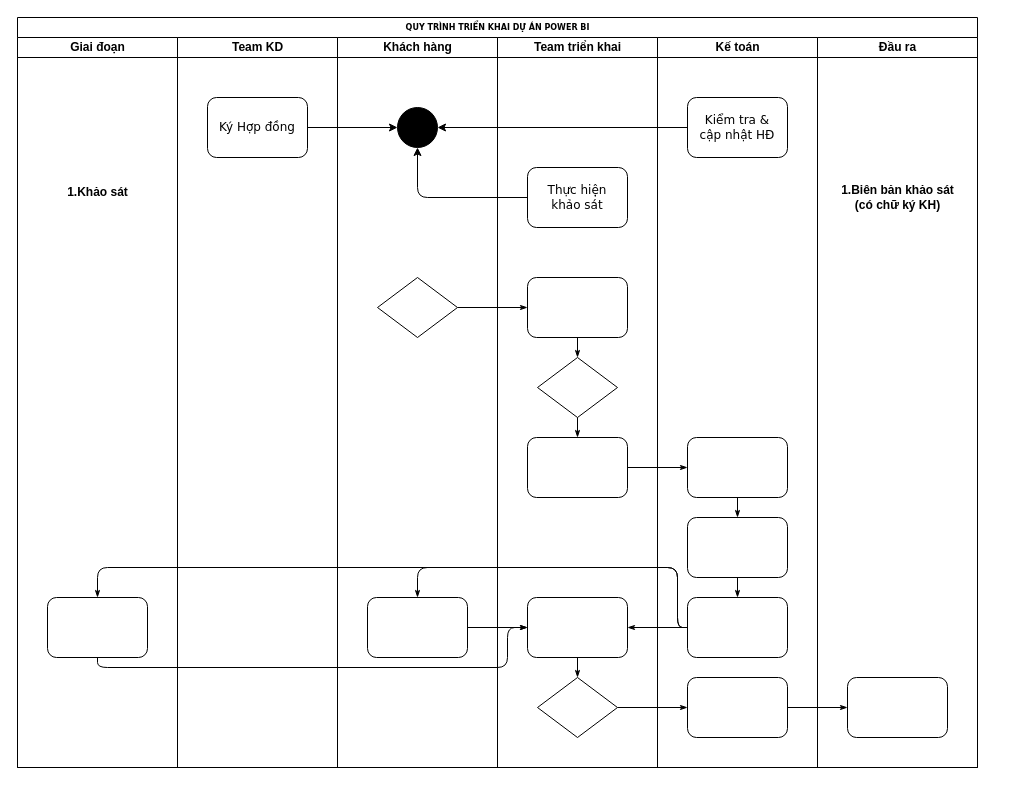
Earlier version of the draw.io diagram docs/Quy trình triển khai dự án BI.drawio (hoanglong8/FoxAI-Data-Analyst). Source tidied: cells renumbered, new cells numbered last; positions are measured from the earlier drawing's top-left corner, leaving out a move shared by most shapes. Both pictures are drawn from the tidied source at 100%, with x=0, y=0 at pixel (17, 17).
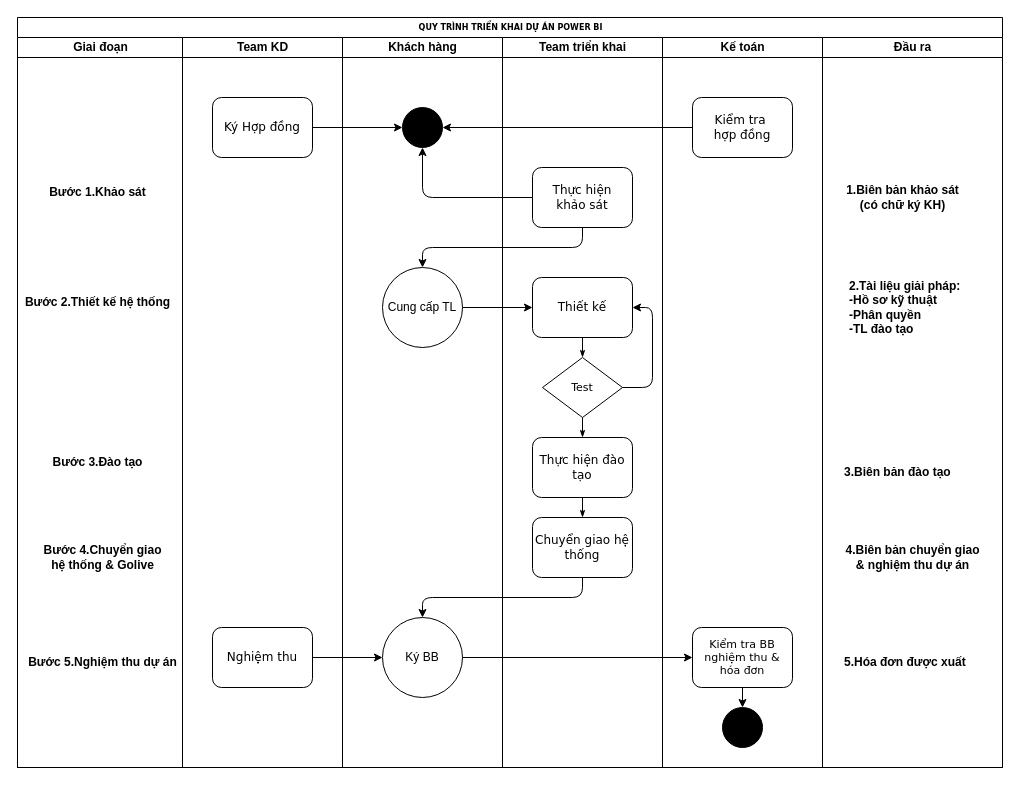
The same diagram, later.

Commit message:
Cập nhật Quy trình triển khai dự án BI.drawio

Unchanged cells that the change refers to:
```xml
<mxCell id="30" value="&lt;font style=&quot;font-size: 12px;&quot;&gt;Thực hiện &lt;br&gt;khảo sát&lt;/font&gt;" style="rounded=1;whiteSpace=wrap;html=1;shadow=0;labelBackgroundColor=none;strokeWidth=1;fontFamily=Verdana;fontSize=8;align=center;" parent="21" vertex="1">
  <mxGeometry x="30" y="130" width="100" height="60" as="geometry" />
</mxCell>
```

Diff of the diagram source:
```diff
@@
     <mxCell id="2" value="QUY TRÌNH TRIỂN KHAI DỰ ÁN POWER BI" style="swimlane;html=1;startSize=20;rounded=0;shadow=0;labelBackgroundColor=none;strokeWidth=1;fontFamily=Verdana;fontSize=8;align=center;" parent="1" vertex="1">
-      <mxGeometry width="960" height="750" as="geometry" />
+      <mxGeometry width="985" height="750" as="geometry" />
     </mxCell>
     <mxCell id="3" value="Giai đoạn" style="swimlane;html=1;startSize=20;" parent="2" vertex="1">
-      <mxGeometry y="20" width="160" height="730" as="geometry" />
+      <mxGeometry y="20" width="165" height="730" as="geometry" />
     </mxCell>
-    <mxCell id="4" style="rounded=1;whiteSpace=wrap;html=1;shadow=0;labelBackgroundColor=none;strokeWidth=1;fontFamily=Verdana;fontSize=8;align=center;" parent="3" vertex="1">
-      <mxGeometry x="30" y="560" width="100" height="60" as="geometry" />
-    </mxCell>
-    <mxCell id="5" value="1.Khảo sát" style="text;html=1;align=center;verticalAlign=middle;strokeColor=none;fillColor=none;fontStyle=1;" parent="3" vertex="1">
-      <mxGeometry x="40" y="140" width="80" height="30" as="geometry" />
+    <mxCell id="5" value="Bước 1.Khảo sát" style="text;html=1;align=center;verticalAlign=middle;strokeColor=none;fillColor=none;fontStyle=1;" parent="3" vertex="1">
+      <mxGeometry x="25" y="140" width="110" height="30" as="geometry" />
     </mxCell>
-    <mxCell id="6" style="edgeStyle=orthogonalEdgeStyle;rounded=1;html=1;labelBackgroundColor=none;startArrow=none;startFill=0;startSize=5;endArrow=classicThin;endFill=1;endSize=5;jettySize=auto;strokeWidth=1;fontFamily=Verdana;fontSize=8;" parent="2" edge="1" source="18" target="22">
-      <mxGeometry relative="1" as="geometry" />
-    </mxCell>
-    <mxCell id="7" style="edgeStyle=orthogonalEdgeStyle;rounded=1;html=1;labelBackgroundColor=none;startArrow=none;startFill=0;startSize=5;endArrow=classicThin;endFill=1;endSize=5;jettySize=auto;strokeWidth=1;fontFamily=Verdana;fontSize=8;" parent="2" edge="1" source="26" target="35">
-      <mxGeometry relative="1" as="geometry" />
-    </mxCell>
-    <mxCell id="8" style="edgeStyle=orthogonalEdgeStyle;rounded=1;html=1;labelBackgroundColor=none;startArrow=none;startFill=0;startSize=5;endArrow=classicThin;endFill=1;endSize=5;jettySize=auto;strokeWidth=1;fontFamily=Verdana;fontSize=8;" parent="2" edge="1" source="35" target="40">
-      <mxGeometry relative="1" as="geometry" />
-    </mxCell>
-    <mxCell id="9" style="edgeStyle=orthogonalEdgeStyle;rounded=1;html=1;labelBackgroundColor=none;startArrow=none;startFill=0;startSize=5;endArrow=classicThin;endFill=1;endSize=5;jettySize=auto;strokeWidth=1;fontFamily=Verdana;fontSize=8;" parent="2" edge="1" source="24" target="32">
-      <mxGeometry relative="1" as="geometry" />
-    </mxCell>
-    <mxCell id="10" style="edgeStyle=orthogonalEdgeStyle;rounded=1;html=1;labelBackgroundColor=none;startArrow=none;startFill=0;startSize=5;endArrow=classicThin;endFill=1;endSize=5;jettySize=auto;strokeWidth=1;fontFamily=Verdana;fontSize=8;" parent="2" edge="1" source="34" target="19">
-      <mxGeometry relative="1" as="geometry">
-        <Array as="points">
-          <mxPoint x="660" y="610" />
-          <mxPoint x="660" y="550" />
-          <mxPoint x="400" y="550" />
-        </Array>
-      </mxGeometry>
-    </mxCell>
-    <mxCell id="11" style="edgeStyle=orthogonalEdgeStyle;rounded=1;html=1;labelBackgroundColor=none;startArrow=none;startFill=0;startSize=5;endArrow=classicThin;endFill=1;endSize=5;jettySize=auto;strokeColor=#000000;strokeWidth=1;fontFamily=Verdana;fontSize=8;fontColor=#000000;" parent="2" edge="1" source="34" target="25">
-      <mxGeometry relative="1" as="geometry" />
-    </mxCell>
-    <mxCell id="12" style="edgeStyle=orthogonalEdgeStyle;rounded=1;html=1;labelBackgroundColor=none;startArrow=none;startFill=0;startSize=5;endArrow=classicThin;endFill=1;endSize=5;jettySize=auto;strokeWidth=1;fontFamily=Verdana;fontSize=8;" parent="2" edge="1" source="34" target="4">
-      <mxGeometry relative="1" as="geometry">
-        <Array as="points">
-          <mxPoint x="660" y="610" />
-          <mxPoint x="660" y="550" />
-          <mxPoint x="80" y="550" />
-        </Array>
-      </mxGeometry>
-    </mxCell>
-    <mxCell id="13" style="edgeStyle=orthogonalEdgeStyle;rounded=1;html=1;labelBackgroundColor=none;startArrow=none;startFill=0;startSize=5;endArrow=classicThin;endFill=1;endSize=5;jettySize=auto;strokeWidth=1;fontFamily=Verdana;fontSize=8;" parent="2" edge="1" source="4" target="25">
-      <mxGeometry relative="1" as="geometry">
-        <Array as="points">
-          <mxPoint x="80" y="650" />
-          <mxPoint x="490" y="650" />
-          <mxPoint x="490" y="610" />
-        </Array>
-      </mxGeometry>
-    </mxCell>
-    <mxCell id="14" style="edgeStyle=orthogonalEdgeStyle;rounded=1;html=1;labelBackgroundColor=none;startArrow=none;startFill=0;startSize=5;endArrow=classicThin;endFill=1;endSize=5;jettySize=auto;strokeWidth=1;fontFamily=Verdana;fontSize=8;" parent="2" edge="1" source="19" target="25">
-      <mxGeometry relative="1" as="geometry" />
-    </mxCell>
+    <mxCell id="45" value="Bước 2.Thiết kế hệ thống" style="text;html=1;align=center;verticalAlign=middle;strokeColor=none;fillColor=none;fontStyle=1;" parent="3" vertex="1">
+      <mxGeometry y="250" width="160" height="30" as="geometry" />
+    </mxCell>
+    <mxCell id="46" value="Bước 3.Đào tạo" style="text;html=1;align=center;verticalAlign=middle;strokeColor=none;fillColor=none;fontStyle=1;" parent="3" vertex="1">
+      <mxGeometry x="25" y="410" width="110" height="30" as="geometry" />
+    </mxCell>
+    <mxCell id="47" value="Bước 4.Chuyển giao &lt;br&gt;hệ thống &amp;amp; Golive" style="text;html=1;align=center;verticalAlign=middle;strokeColor=none;fillColor=none;fontStyle=1;" parent="3" vertex="1">
+      <mxGeometry x="20" y="500" width="130" height="40" as="geometry" />
+    </mxCell>
+    <mxCell id="48" value="Bước 5.Nghiệm thu dự án" style="text;html=1;align=center;verticalAlign=middle;strokeColor=none;fillColor=none;fontStyle=1;" parent="3" vertex="1">
+      <mxGeometry x="5" y="610" width="160" height="30" as="geometry" />
+    </mxCell>
     <mxCell id="15" value="Team KD" style="swimlane;html=1;startSize=20;" parent="2" vertex="1">
-      <mxGeometry x="160" y="20" width="160" height="730" as="geometry" />
+      <mxGeometry x="165" y="20" width="160" height="730" as="geometry" />
     </mxCell>
@@
+    <mxCell id="49" value="&lt;font style=&quot;font-size: 12px;&quot;&gt;Nghiệm thu&lt;/font&gt;" style="rounded=1;whiteSpace=wrap;html=1;shadow=0;labelBackgroundColor=none;strokeWidth=1;fontFamily=Verdana;fontSize=8;align=center;" parent="15" vertex="1">
+      <mxGeometry x="30" y="590" width="100" height="60" as="geometry" />
+    </mxCell>
     <mxCell id="17" value="Khách hàng" style="swimlane;html=1;startSize=20;" parent="2" vertex="1">
-      <mxGeometry x="320" y="20" width="160" height="730" as="geometry" />
+      <mxGeometry x="325" y="20" width="160" height="730" as="geometry" />
     </mxCell>
-    <mxCell id="18" style="rhombus;whiteSpace=wrap;html=1;rounded=0;shadow=0;labelBackgroundColor=none;strokeWidth=1;fontFamily=Verdana;fontSize=8;align=center;" parent="17" vertex="1">
-      <mxGeometry x="40" y="240" width="80" height="60" as="geometry" />
-    </mxCell>
-    <mxCell id="19" style="rounded=1;whiteSpace=wrap;html=1;shadow=0;labelBackgroundColor=none;strokeWidth=1;fontFamily=Verdana;fontSize=8;align=center;" parent="17" vertex="1">
-      <mxGeometry x="30" y="560" width="100" height="60" as="geometry" />
-    </mxCell>
@@
+    <mxCell id="50" value="Cung cấp TL" style="ellipse;whiteSpace=wrap;html=1;" parent="17" vertex="1">
+      <mxGeometry x="40" y="230" width="80" height="80" as="geometry" />
+    </mxCell>
+    <mxCell id="51" value="Ký BB" style="ellipse;whiteSpace=wrap;html=1;" parent="17" vertex="1">
+      <mxGeometry x="40" y="580" width="80" height="80" as="geometry" />
+    </mxCell>
     <mxCell id="21" value="Team triển khai" style="swimlane;html=1;startSize=20;" parent="2" vertex="1">
-      <mxGeometry x="480" y="20" width="160" height="730" as="geometry" />
+      <mxGeometry x="485" y="20" width="160" height="730" as="geometry" />
     </mxCell>
-    <mxCell id="22" style="rounded=1;whiteSpace=wrap;html=1;shadow=0;labelBackgroundColor=none;strokeWidth=1;fontFamily=Verdana;fontSize=8;align=center;" parent="21" vertex="1">
+    <mxCell id="22" value="&lt;font style=&quot;font-size: 12px;&quot;&gt;Thiết kế&lt;/font&gt;" style="rounded=1;whiteSpace=wrap;html=1;shadow=0;labelBackgroundColor=none;strokeWidth=1;fontFamily=Verdana;fontSize=8;align=center;" parent="21" vertex="1">
       <mxGeometry x="30" y="240" width="100" height="60" as="geometry" />
     </mxCell>
+    <mxCell id="52" style="edgeStyle=orthogonalEdgeStyle;rounded=1;jettySize=auto;html=1;exitX=1;exitY=0.5;exitDx=0;exitDy=0;entryX=1;entryY=0.5;entryDx=0;entryDy=0;curved=0;" parent="21" edge="1" source="23" target="22">
+      <mxGeometry relative="1" as="geometry">
+        <Array as="points">
+          <mxPoint x="150" y="350" />
+          <mxPoint x="150" y="270" />
+        </Array>
+      </mxGeometry>
+    </mxCell>
-    <mxCell id="23" style="rhombus;whiteSpace=wrap;html=1;rounded=0;shadow=0;labelBackgroundColor=none;strokeWidth=1;fontFamily=Verdana;fontSize=8;align=center;" parent="21" vertex="1">
+    <mxCell id="23" value="&lt;font style=&quot;font-size: 11px;&quot;&gt;Test&lt;/font&gt;" style="rhombus;whiteSpace=wrap;html=1;rounded=0;shadow=0;labelBackgroundColor=none;strokeWidth=1;fontFamily=Verdana;fontSize=8;align=center;" parent="21" vertex="1">
       <mxGeometry x="40" y="320" width="80" height="60" as="geometry" />
     </mxCell>
-    <mxCell id="24" style="rounded=1;whiteSpace=wrap;html=1;shadow=0;labelBackgroundColor=none;strokeWidth=1;fontFamily=Verdana;fontSize=8;align=center;" parent="21" vertex="1">
+    <mxCell id="24" value="&lt;font style=&quot;font-size: 12px;&quot;&gt;Thực hiện đào tạo&lt;/font&gt;" style="rounded=1;whiteSpace=wrap;html=1;shadow=0;labelBackgroundColor=none;strokeWidth=1;fontFamily=Verdana;fontSize=8;align=center;" parent="21" vertex="1">
       <mxGeometry x="30" y="400" width="100" height="60" as="geometry" />
     </mxCell>
-    <mxCell id="25" style="rounded=1;whiteSpace=wrap;html=1;shadow=0;labelBackgroundColor=none;strokeWidth=1;fontFamily=Verdana;fontSize=8;align=center;" parent="21" vertex="1">
-      <mxGeometry x="30" y="560" width="100" height="60" as="geometry" />
-    </mxCell>
-    <mxCell id="26" style="rhombus;whiteSpace=wrap;html=1;rounded=0;shadow=0;labelBackgroundColor=none;strokeWidth=1;fontFamily=Verdana;fontSize=8;align=center;" parent="21" vertex="1">
-      <mxGeometry x="40" y="640" width="80" height="60" as="geometry" />
-    </mxCell>
@@
-    <mxCell id="29" style="edgeStyle=orthogonalEdgeStyle;rounded=1;html=1;labelBackgroundColor=none;startArrow=none;startFill=0;startSize=5;endArrow=classicThin;endFill=1;endSize=5;jettySize=auto;strokeWidth=1;fontFamily=Verdana;fontSize=8;" parent="21" edge="1" source="25" target="26">
-      <mxGeometry relative="1" as="geometry" />
-    </mxCell>
@@
+    <mxCell id="32" value="&lt;font style=&quot;font-size: 12px;&quot;&gt;Chuyển giao hệ thống&lt;/font&gt;" style="rounded=1;whiteSpace=wrap;html=1;shadow=0;labelBackgroundColor=none;strokeWidth=1;fontFamily=Verdana;fontSize=8;align=center;" parent="21" vertex="1">
+      <mxGeometry x="30" y="480" width="100" height="60" as="geometry" />
+    </mxCell>
+    <mxCell id="9" style="edgeStyle=orthogonalEdgeStyle;rounded=1;html=1;labelBackgroundColor=none;startArrow=none;startFill=0;startSize=5;endArrow=classicThin;endFill=1;endSize=5;jettySize=auto;strokeWidth=1;fontFamily=Verdana;fontSize=8;" parent="21" edge="1" source="24" target="32">
+      <mxGeometry relative="1" as="geometry" />
+    </mxCell>
     <mxCell id="31" value="Kế toán" style="swimlane;html=1;startSize=20;" parent="2" vertex="1">
-      <mxGeometry x="640" y="20" width="160" height="730" as="geometry" />
+      <mxGeometry x="645" y="20" width="160" height="730" as="geometry" />
     </mxCell>
-    <mxCell id="32" style="rounded=1;whiteSpace=wrap;html=1;shadow=0;labelBackgroundColor=none;strokeWidth=1;fontFamily=Verdana;fontSize=8;align=center;" parent="31" vertex="1">
-      <mxGeometry x="30" y="400" width="100" height="60" as="geometry" />
-    </mxCell>
-    <mxCell id="33" style="rounded=1;whiteSpace=wrap;html=1;shadow=0;labelBackgroundColor=none;strokeWidth=1;fontFamily=Verdana;fontSize=8;align=center;" parent="31" vertex="1">
-      <mxGeometry x="30" y="480" width="100" height="60" as="geometry" />
-    </mxCell>
+    <mxCell id="53" style="edgeStyle=orthogonalEdgeStyle;rounded=0;jettySize=auto;html=1;exitX=0.5;exitY=1;exitDx=0;exitDy=0;entryX=0.5;entryY=0;entryDx=0;entryDy=0;" parent="31" edge="1" source="34" target="54">
+      <mxGeometry relative="1" as="geometry" />
+    </mxCell>
-    <mxCell id="34" style="rounded=1;whiteSpace=wrap;html=1;shadow=0;labelBackgroundColor=none;strokeWidth=1;fontFamily=Verdana;fontSize=8;align=center;" parent="31" vertex="1">
-      <mxGeometry x="30" y="560" width="100" height="60" as="geometry" />
+    <mxCell id="34" value="&lt;font style=&quot;font-size: 11px;&quot;&gt;Kiểm tra BB nghiệm thu &amp;amp; hóa đơn&lt;/font&gt;" style="rounded=1;whiteSpace=wrap;html=1;shadow=0;labelBackgroundColor=none;strokeWidth=1;fontFamily=Verdana;fontSize=8;align=center;" parent="31" vertex="1">
+      <mxGeometry x="30" y="590" width="100" height="60" as="geometry" />
     </mxCell>
-    <mxCell id="35" style="rounded=1;whiteSpace=wrap;html=1;shadow=0;labelBackgroundColor=none;strokeWidth=1;fontFamily=Verdana;fontSize=8;align=center;" parent="31" vertex="1">
-      <mxGeometry x="30" y="640" width="100" height="60" as="geometry" />
-    </mxCell>
-    <mxCell id="36" style="edgeStyle=orthogonalEdgeStyle;rounded=1;html=1;labelBackgroundColor=none;startArrow=none;startFill=0;startSize=5;endArrow=classicThin;endFill=1;endSize=5;jettySize=auto;strokeWidth=1;fontFamily=Verdana;fontSize=8;" parent="31" edge="1" source="32" target="33">
-      <mxGeometry relative="1" as="geometry" />
-    </mxCell>
-    <mxCell id="37" style="edgeStyle=orthogonalEdgeStyle;rounded=1;html=1;labelBackgroundColor=none;startArrow=none;startFill=0;startSize=5;endArrow=classicThin;endFill=1;endSize=5;jettySize=auto;strokeWidth=1;fontFamily=Verdana;fontSize=8;" parent="31" edge="1" source="33" target="34">
-      <mxGeometry relative="1" as="geometry" />
-    </mxCell>
-    <mxCell id="38" value="&lt;span style=&quot;font-size: 12px;&quot;&gt;Kiểm tra &amp;amp;&lt;br&gt;cập nhật HĐ&lt;/span&gt;" style="rounded=1;whiteSpace=wrap;html=1;shadow=0;labelBackgroundColor=none;strokeWidth=1;fontFamily=Verdana;fontSize=8;align=center;" parent="31" vertex="1">
+    <mxCell id="38" value="&lt;span style=&quot;font-size: 12px;&quot;&gt;Kiểm tra&amp;nbsp;&lt;br&gt;hợp đồng&lt;/span&gt;" style="rounded=1;whiteSpace=wrap;html=1;shadow=0;labelBackgroundColor=none;strokeWidth=1;fontFamily=Verdana;fontSize=8;align=center;" parent="31" vertex="1">
       <mxGeometry x="30" y="60" width="100" height="60" as="geometry" />
     </mxCell>
+    <mxCell id="54" style="ellipse;whiteSpace=wrap;html=1;fillColor=#000000;" parent="31" vertex="1">
+      <mxGeometry x="60" y="670" width="40" height="40" as="geometry" />
+    </mxCell>
     <mxCell id="39" value="Đầu ra" style="swimlane;html=1;startSize=20;" parent="2" vertex="1">
-      <mxGeometry x="800" y="20" width="160" height="730" as="geometry" />
+      <mxGeometry x="805" y="20" width="180" height="730" as="geometry" />
     </mxCell>
-    <mxCell id="40" style="rounded=1;whiteSpace=wrap;html=1;shadow=0;labelBackgroundColor=none;strokeWidth=1;fontFamily=Verdana;fontSize=8;align=center;" parent="39" vertex="1">
-      <mxGeometry x="30" y="640" width="100" height="60" as="geometry" />
-    </mxCell>
@@
+    <mxCell id="55" value="&lt;b&gt;2.Tài liệu giải pháp:&lt;br&gt;-Hồ sơ kỹ thuật&lt;br&gt;-Phân quyền&lt;br&gt;-TL đào tạo&lt;/b&gt;" style="text;html=1;align=left;verticalAlign=middle;strokeColor=none;fillColor=none;" parent="39" vertex="1">
+      <mxGeometry x="25" y="235" width="130" height="70" as="geometry" />
+    </mxCell>
+    <mxCell id="56" value="&lt;b&gt;3.Biên bản đào tạo&lt;/b&gt;" style="text;html=1;align=left;verticalAlign=middle;strokeColor=none;fillColor=none;" parent="39" vertex="1">
+      <mxGeometry x="20" y="420" width="130" height="30" as="geometry" />
+    </mxCell>
+    <mxCell id="57" value="&lt;b&gt;4.Biên bản chuyển giao&lt;br&gt;&amp;amp; nghiệm thu dự án&lt;/b&gt;" style="text;html=1;align=center;verticalAlign=middle;strokeColor=none;fillColor=none;" parent="39" vertex="1">
+      <mxGeometry x="10" y="500" width="160" height="40" as="geometry" />
+    </mxCell>
+    <mxCell id="58" value="&lt;b&gt;5.Hóa đơn được xuất&lt;/b&gt;" style="text;html=1;align=left;verticalAlign=middle;strokeColor=none;fillColor=none;" parent="39" vertex="1">
+      <mxGeometry x="20" y="610" width="150" height="30" as="geometry" />
+    </mxCell>
@@
+    <mxCell id="59" style="edgeStyle=orthogonalEdgeStyle;rounded=1;jettySize=auto;html=1;exitX=0.5;exitY=1;exitDx=0;exitDy=0;entryX=0.5;entryY=0;entryDx=0;entryDy=0;curved=0;" parent="2" edge="1" source="30" target="50">
+      <mxGeometry relative="1" as="geometry" />
+    </mxCell>
+    <mxCell id="60" style="edgeStyle=orthogonalEdgeStyle;rounded=0;jettySize=auto;html=1;exitX=1;exitY=0.5;exitDx=0;exitDy=0;" parent="2" edge="1" source="50" target="22">
+      <mxGeometry relative="1" as="geometry" />
+    </mxCell>
+    <mxCell id="61" style="edgeStyle=orthogonalEdgeStyle;rounded=0;jettySize=auto;html=1;exitX=1;exitY=0.5;exitDx=0;exitDy=0;entryX=0;entryY=0.5;entryDx=0;entryDy=0;" parent="2" edge="1" source="49" target="51">
+      <mxGeometry relative="1" as="geometry" />
+    </mxCell>
+    <mxCell id="62" style="edgeStyle=orthogonalEdgeStyle;rounded=1;jettySize=auto;html=1;exitX=0.5;exitY=1;exitDx=0;exitDy=0;entryX=0.5;entryY=0;entryDx=0;entryDy=0;curved=0;" parent="2" edge="1" source="32" target="51">
+      <mxGeometry relative="1" as="geometry" />
+    </mxCell>
+    <mxCell id="63" style="edgeStyle=orthogonalEdgeStyle;rounded=0;jettySize=auto;html=1;exitX=1;exitY=0.5;exitDx=0;exitDy=0;entryX=0;entryY=0.5;entryDx=0;entryDy=0;" parent="2" edge="1" source="51" target="34">
+      <mxGeometry relative="1" as="geometry" />
+    </mxCell>
```
